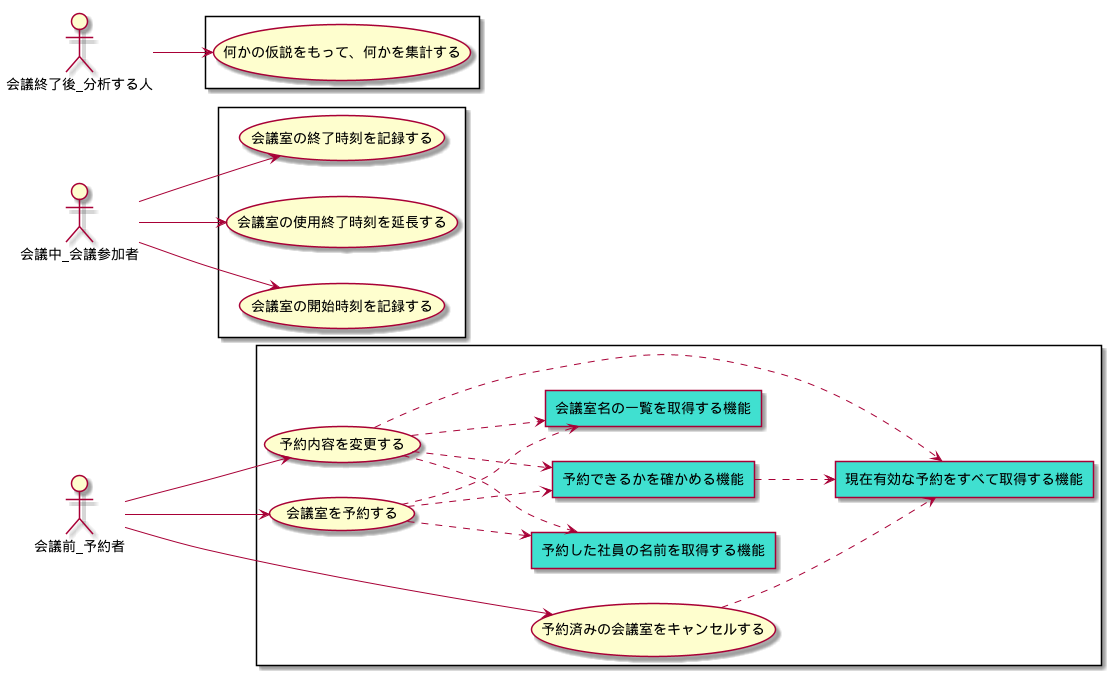
ModelingKai/meeting-room-python keeps this PlantUML diagram as diagram/ユースケース.png. Above is the earlier version.
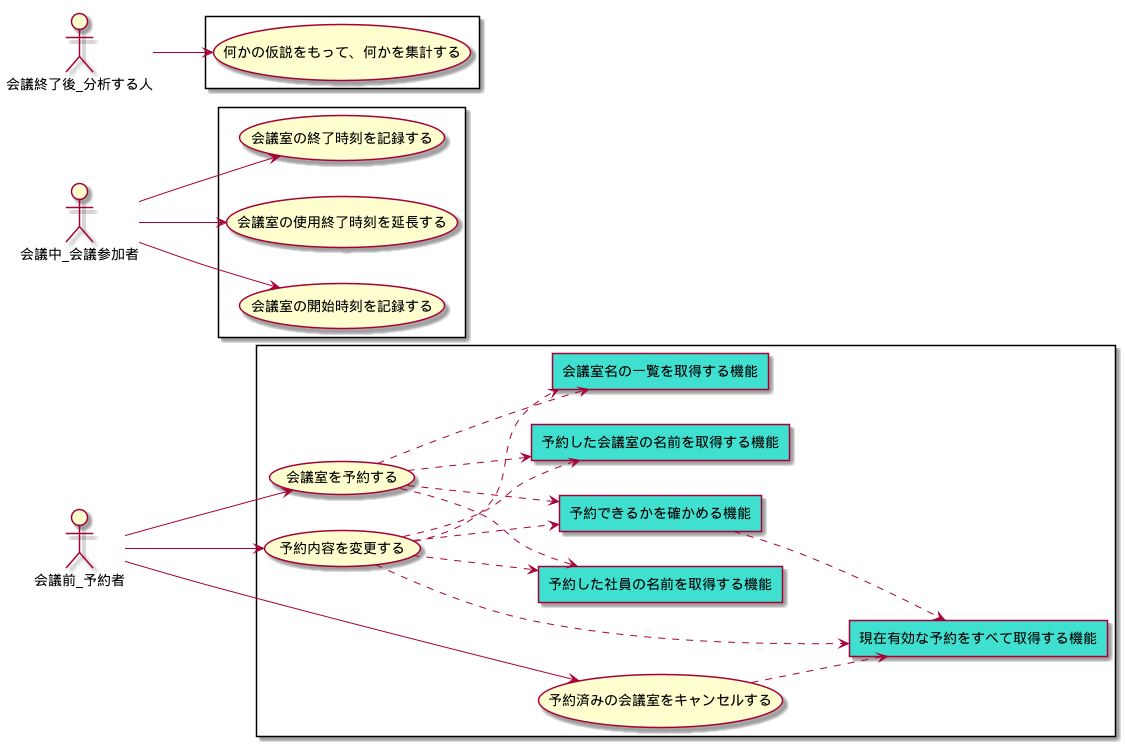
The same diagram one commit later.

Commit message:
Generate SVG and PNG images for PlantUML diagrams

Change to the diagram source:
```diff
@@ -13,11 +13,13 @@
     agent 予約した社員の名前を取得する機能 as FindEmployee #Turquoise
     agent 現在有効な予約をすべて取得する機能 as FindAvailableReservations #Turquoise
     agent 予約できるかを確かめる機能 as ReservationDomainServiceCanNotReserve #Turquoise
+    agent 予約した会議室の名前を取得する機能 as FindMeetingRoom #Turquoise
 
     a1 --> (ReservationUseCase)
     ReservationUseCase ..> FindAllMeetingRoom
     ReservationUseCase ..> FindEmployee
     ReservationUseCase ..> ReservationDomainServiceCanNotReserve
+    ReservationUseCase ..> FindMeetingRoom
 
     usecase 予約内容を変更する as ChangeReservationUseCase
     a1 --> ChangeReservationUseCase
@@ -25,6 +27,8 @@
     ChangeReservationUseCase ..> FindEmployee
     ChangeReservationUseCase ..> FindAvailableReservations
     ChangeReservationUseCase ..> ReservationDomainServiceCanNotReserve
+    ChangeReservationUseCase ..> FindMeetingRoom
+
 
     usecase 予約済みの会議室をキャンセルする as CancelMeetingRoomUsecase
     a1 --> CancelMeetingRoomUsecase
```
